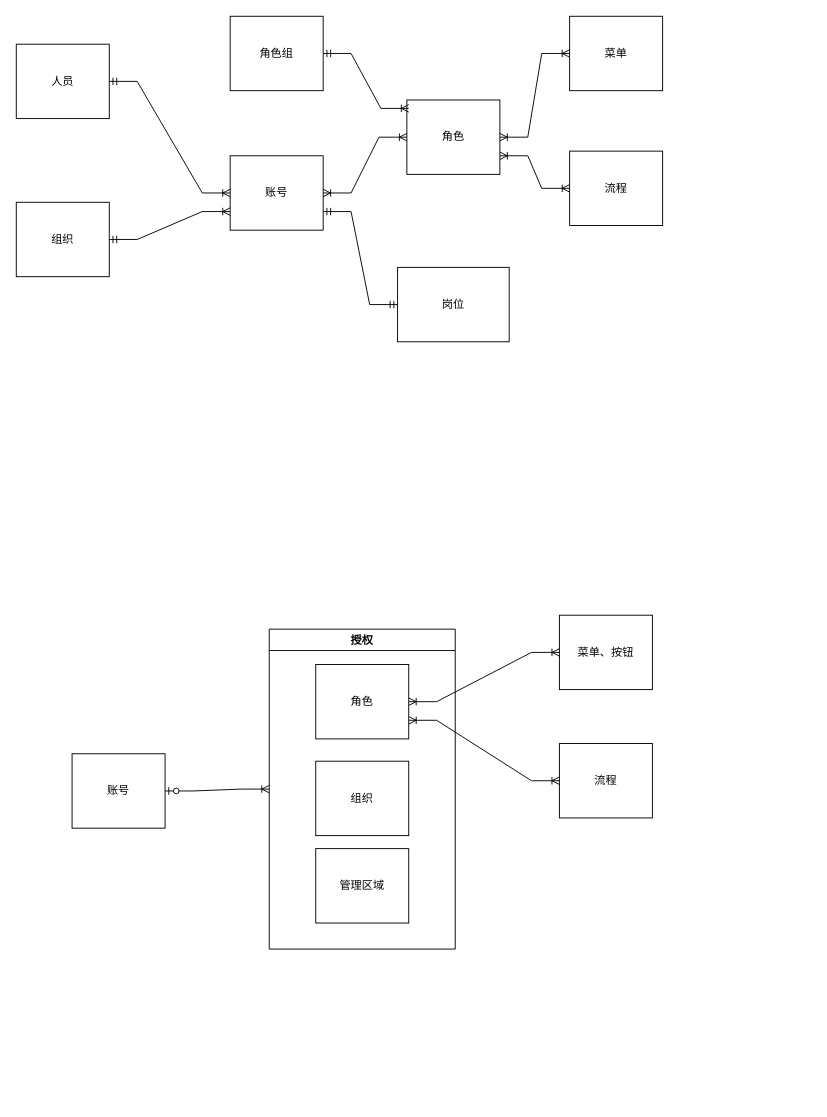
The draw.io diagram page "当前4A角色模型" (3 of 7) of 4A基本数模型.drawio in 158698706/tt4a, before the edit. Source tidied: cells renumbered, new cells numbered last; positions are measured from the earlier drawing's top-left corner, leaving out a move shared by most shapes. Both pictures are drawn from the tidied source at 93%, with x=0, y=0 at pixel (16, 16).
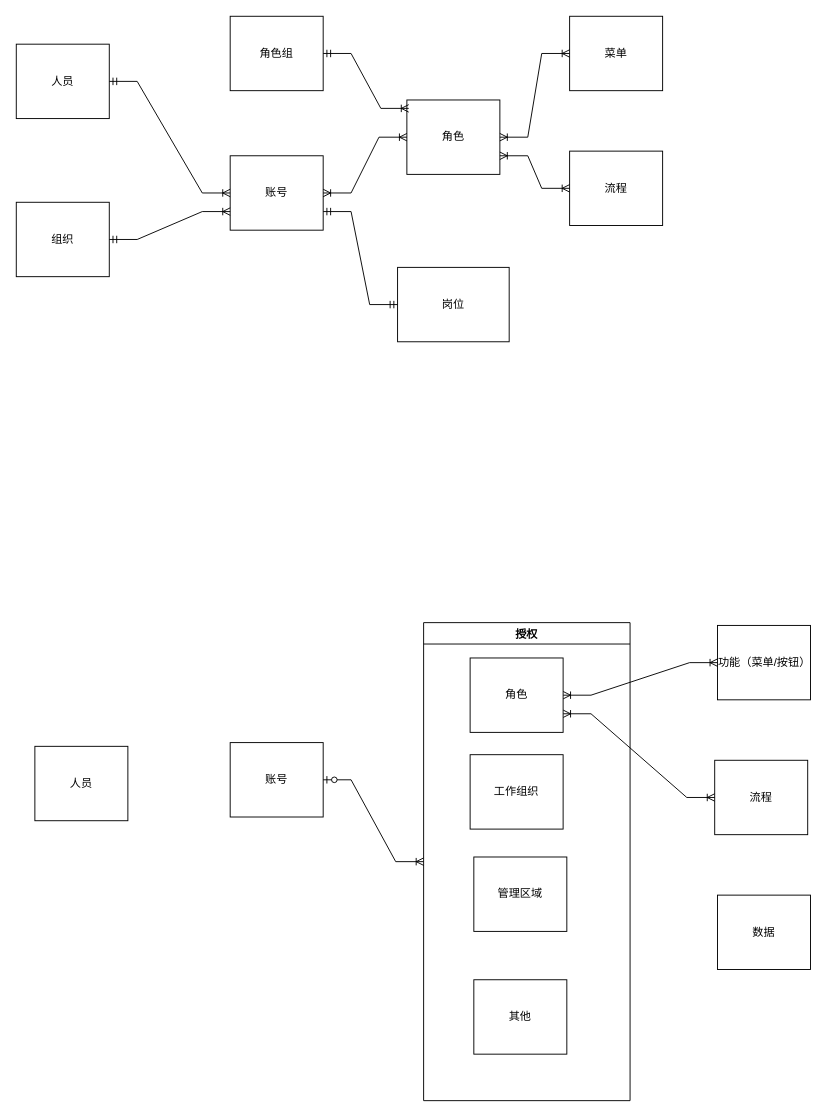
The same page after the edit.

Change to the diagram source:
```diff
@@
     <mxCell id="17" value="账号" style="whiteSpace=wrap;html=1;align=center;" parent="1" vertex="1">
-      <mxGeometry x="60" y="793" width="100" height="80" as="geometry" />
+      <mxGeometry x="230" y="781" width="100" height="80" as="geometry" />
     </mxCell>
-    <mxCell id="18" value="菜单、按钮" style="whiteSpace=wrap;html=1;align=center;" parent="1" vertex="1">
-      <mxGeometry x="584" y="644" width="100" height="80" as="geometry" />
+    <mxCell id="18" value="功能（菜单/按钮）" style="whiteSpace=wrap;html=1;align=center;" parent="1" vertex="1">
+      <mxGeometry x="754" y="655" width="100" height="80" as="geometry" />
     </mxCell>
@@
     <mxCell id="20" value="流程" style="whiteSpace=wrap;html=1;align=center;" parent="1" vertex="1">
-      <mxGeometry x="584" y="782" width="100" height="80" as="geometry" />
+      <mxGeometry x="751" y="800" width="100" height="80" as="geometry" />
     </mxCell>
@@
     <mxCell id="22" value="授权" style="swimlane;" parent="1" vertex="1">
-      <mxGeometry x="272" y="659" width="200" height="344" as="geometry" />
+      <mxGeometry x="438" y="652" width="222" height="514" as="geometry" />
     </mxCell>
@@
-    <mxCell id="24" value="组织" style="whiteSpace=wrap;html=1;align=center;" parent="22" vertex="1">
+    <mxCell id="24" value="工作组织" style="whiteSpace=wrap;html=1;align=center;" parent="22" vertex="1">
       <mxGeometry x="50" y="142" width="100" height="80" as="geometry" />
     </mxCell>
     <mxCell id="25" value="管理区域" style="whiteSpace=wrap;html=1;align=center;" parent="22" vertex="1">
-      <mxGeometry x="50" y="236" width="100" height="80" as="geometry" />
+      <mxGeometry x="54" y="252" width="100" height="80" as="geometry" />
     </mxCell>
+    <mxCell id="27" value="其他" style="whiteSpace=wrap;html=1;align=center;" parent="22" vertex="1">
+      <mxGeometry x="54" y="384" width="100" height="80" as="geometry" />
+    </mxCell>
@@
+    <mxCell id="28" value="人员" style="whiteSpace=wrap;html=1;align=center;" parent="1" vertex="1">
+      <mxGeometry x="20" y="785" width="100" height="80" as="geometry" />
+    </mxCell>
+    <mxCell id="29" value="数据" style="whiteSpace=wrap;html=1;align=center;" parent="1" vertex="1">
+      <mxGeometry x="754" y="945" width="100" height="80" as="geometry" />
+    </mxCell>
```
